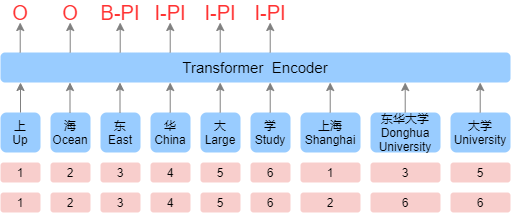
Before: Flat-lattice Transformer.png, a diagram exported from draw.io (AddsionPaPa/NLP). Source tidied: cells renumbered, new cells last; positions are measured from the earlier drawing's top-left corner, leaving out a move shared by most shapes.
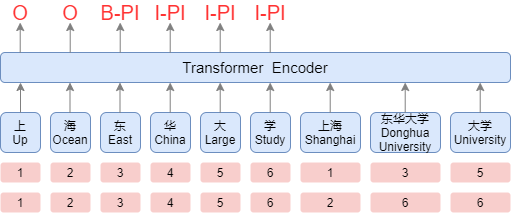
The same file after the commit.

The edit, as a diff of the source:
```diff
@@ -2,7 +2,7 @@
   <root>
     <mxCell id="0" />
     <mxCell id="1" parent="0" />
-    <mxCell id="2" value="上&lt;br&gt;Up" style="rounded=1;whiteSpace=wrap;html=1;strokeColor=none;fillColor=#99CCFF;" parent="1" vertex="1">
+    <mxCell id="2" value="上&lt;br&gt;Up" style="rounded=1;whiteSpace=wrap;html=1;strokeColor=#6c8ebf;fillColor=#dae8fc;" parent="1" vertex="1">
       <mxGeometry y="110" width="40" height="40" as="geometry" />
     </mxCell>
     <mxCell id="3" value="1" style="rounded=1;whiteSpace=wrap;html=1;fillColor=#f8cecc;strokeColor=none;" parent="1" vertex="1">
@@ -11,7 +11,7 @@
     <mxCell id="4" value="1" style="rounded=1;whiteSpace=wrap;html=1;fillColor=#f8cecc;strokeColor=none;" parent="1" vertex="1">
       <mxGeometry y="190" width="40" height="20" as="geometry" />
     </mxCell>
-    <mxCell id="5" value="海&lt;br&gt;Ocean" style="rounded=1;whiteSpace=wrap;html=1;strokeColor=none;fillColor=#99CCFF;" parent="1" vertex="1">
+    <mxCell id="5" value="海&lt;br&gt;Ocean" style="rounded=1;whiteSpace=wrap;html=1;strokeColor=#6c8ebf;fillColor=#dae8fc;" parent="1" vertex="1">
       <mxGeometry x="50" y="110" width="40" height="40" as="geometry" />
     </mxCell>
     <mxCell id="6" value="2" style="rounded=1;whiteSpace=wrap;html=1;fillColor=#f8cecc;strokeColor=none;" parent="1" vertex="1">
@@ -20,7 +20,7 @@
     <mxCell id="7" value="2" style="rounded=1;whiteSpace=wrap;html=1;fillColor=#f8cecc;strokeColor=none;" parent="1" vertex="1">
       <mxGeometry x="50" y="190" width="40" height="20" as="geometry" />
     </mxCell>
-    <mxCell id="8" value="东&lt;br&gt;East" style="rounded=1;whiteSpace=wrap;html=1;strokeColor=none;fillColor=#99CCFF;" parent="1" vertex="1">
+    <mxCell id="8" value="东&lt;br&gt;East" style="rounded=1;whiteSpace=wrap;html=1;strokeColor=#6c8ebf;fillColor=#dae8fc;" parent="1" vertex="1">
       <mxGeometry x="100" y="110" width="40" height="40" as="geometry" />
     </mxCell>
     <mxCell id="9" value="3" style="rounded=1;whiteSpace=wrap;html=1;fillColor=#f8cecc;strokeColor=none;" parent="1" vertex="1">
@@ -29,7 +29,7 @@
     <mxCell id="10" value="3" style="rounded=1;whiteSpace=wrap;html=1;fillColor=#f8cecc;strokeColor=none;" parent="1" vertex="1">
       <mxGeometry x="100" y="190" width="40" height="20" as="geometry" />
     </mxCell>
-    <mxCell id="11" value="华&lt;br&gt;China" style="rounded=1;whiteSpace=wrap;html=1;strokeColor=none;fillColor=#99CCFF;" parent="1" vertex="1">
+    <mxCell id="11" value="华&lt;br&gt;China" style="rounded=1;whiteSpace=wrap;html=1;strokeColor=#6c8ebf;fillColor=#dae8fc;" parent="1" vertex="1">
       <mxGeometry x="150" y="110" width="40" height="40" as="geometry" />
     </mxCell>
     <mxCell id="12" value="4" style="rounded=1;whiteSpace=wrap;html=1;fillColor=#f8cecc;strokeColor=none;" parent="1" vertex="1">
@@ -38,7 +38,7 @@
     <mxCell id="13" value="4" style="rounded=1;whiteSpace=wrap;html=1;fillColor=#f8cecc;strokeColor=none;" parent="1" vertex="1">
       <mxGeometry x="150" y="190" width="40" height="20" as="geometry" />
     </mxCell>
-    <mxCell id="14" value="大&lt;br&gt;Large" style="rounded=1;whiteSpace=wrap;html=1;strokeColor=none;fillColor=#99CCFF;" parent="1" vertex="1">
+    <mxCell id="14" value="大&lt;br&gt;Large" style="rounded=1;whiteSpace=wrap;html=1;strokeColor=#6c8ebf;fillColor=#dae8fc;" parent="1" vertex="1">
       <mxGeometry x="200" y="110" width="40" height="40" as="geometry" />
     </mxCell>
     <mxCell id="15" value="5" style="rounded=1;whiteSpace=wrap;html=1;fillColor=#f8cecc;strokeColor=none;" parent="1" vertex="1">
@@ -47,7 +47,7 @@
     <mxCell id="16" value="5" style="rounded=1;whiteSpace=wrap;html=1;fillColor=#f8cecc;strokeColor=none;" parent="1" vertex="1">
       <mxGeometry x="200" y="190" width="40" height="20" as="geometry" />
     </mxCell>
-    <mxCell id="17" value="学&lt;br&gt;Study" style="rounded=1;whiteSpace=wrap;html=1;strokeColor=none;fillColor=#99CCFF;" parent="1" vertex="1">
+    <mxCell id="17" value="学&lt;br&gt;Study" style="rounded=1;whiteSpace=wrap;html=1;strokeColor=#6c8ebf;fillColor=#dae8fc;" parent="1" vertex="1">
       <mxGeometry x="250" y="110" width="40" height="40" as="geometry" />
     </mxCell>
     <mxCell id="18" value="6" style="rounded=1;whiteSpace=wrap;html=1;fillColor=#f8cecc;strokeColor=none;" parent="1" vertex="1">
@@ -56,7 +56,7 @@
     <mxCell id="19" value="6" style="rounded=1;whiteSpace=wrap;html=1;fillColor=#f8cecc;strokeColor=none;" parent="1" vertex="1">
       <mxGeometry x="250" y="190" width="40" height="20" as="geometry" />
     </mxCell>
-    <mxCell id="20" value="上海&lt;br&gt;Shanghai" style="rounded=1;whiteSpace=wrap;html=1;strokeColor=none;fillColor=#99CCFF;" parent="1" vertex="1">
+    <mxCell id="20" value="上海&lt;br&gt;Shanghai" style="rounded=1;whiteSpace=wrap;html=1;strokeColor=#6c8ebf;fillColor=#dae8fc;" parent="1" vertex="1">
       <mxGeometry x="300" y="110" width="60" height="40" as="geometry" />
     </mxCell>
     <mxCell id="21" value="1" style="rounded=1;whiteSpace=wrap;html=1;fillColor=#f8cecc;strokeColor=none;" parent="1" vertex="1">
@@ -65,7 +65,7 @@
     <mxCell id="22" value="2" style="rounded=1;whiteSpace=wrap;html=1;fillColor=#f8cecc;strokeColor=none;" parent="1" vertex="1">
       <mxGeometry x="300" y="190" width="60" height="20" as="geometry" />
     </mxCell>
-    <mxCell id="23" value="东华大学&lt;br&gt;Donghua University" style="rounded=1;whiteSpace=wrap;html=1;strokeColor=none;fillColor=#99CCFF;" parent="1" vertex="1">
+    <mxCell id="23" value="东华大学&lt;br&gt;Donghua University" style="rounded=1;whiteSpace=wrap;html=1;strokeColor=#6c8ebf;fillColor=#dae8fc;" parent="1" vertex="1">
       <mxGeometry x="370" y="110" width="70" height="40" as="geometry" />
     </mxCell>
     <mxCell id="24" value="3" style="rounded=1;whiteSpace=wrap;html=1;fillColor=#f8cecc;strokeColor=none;" parent="1" vertex="1">
@@ -74,7 +74,7 @@
     <mxCell id="25" value="6" style="rounded=1;whiteSpace=wrap;html=1;fillColor=#f8cecc;strokeColor=none;" parent="1" vertex="1">
       <mxGeometry x="370" y="190" width="70" height="20" as="geometry" />
     </mxCell>
-    <mxCell id="26" value="大学&lt;br&gt;University" style="rounded=1;whiteSpace=wrap;html=1;strokeColor=none;fillColor=#99CCFF;" parent="1" vertex="1">
+    <mxCell id="26" value="大学&lt;br&gt;University" style="rounded=1;whiteSpace=wrap;html=1;strokeColor=#6c8ebf;fillColor=#dae8fc;" parent="1" vertex="1">
       <mxGeometry x="450" y="110" width="60" height="40" as="geometry" />
     </mxCell>
     <mxCell id="27" value="5" style="rounded=1;whiteSpace=wrap;html=1;fillColor=#f8cecc;strokeColor=none;" parent="1" vertex="1">
@@ -83,7 +83,7 @@
     <mxCell id="28" value="6" style="rounded=1;whiteSpace=wrap;html=1;fillColor=#f8cecc;strokeColor=none;" parent="1" vertex="1">
       <mxGeometry x="450" y="190" width="60" height="20" as="geometry" />
     </mxCell>
-    <mxCell id="29" value="&lt;font style=&quot;font-size: 15px&quot;&gt;Transformer&amp;nbsp; Encoder&lt;/font&gt;" style="rounded=1;whiteSpace=wrap;html=1;fillColor=#99CCFF;strokeColor=none;" parent="1" vertex="1">
+    <mxCell id="29" value="&lt;font style=&quot;font-size: 15px&quot;&gt;Transformer&amp;nbsp; Encoder&lt;/font&gt;" style="rounded=1;whiteSpace=wrap;html=1;strokeColor=#6c8ebf;fillColor=#dae8fc;" parent="1" vertex="1">
       <mxGeometry y="50" width="510" height="30" as="geometry" />
     </mxCell>
     <mxCell id="30" style="endArrow=classic;html=1;exitX=0.5;exitY=0;exitDx=0;exitDy=0;strokeColor=#808080;" parent="1" edge="1" source="2">
```
